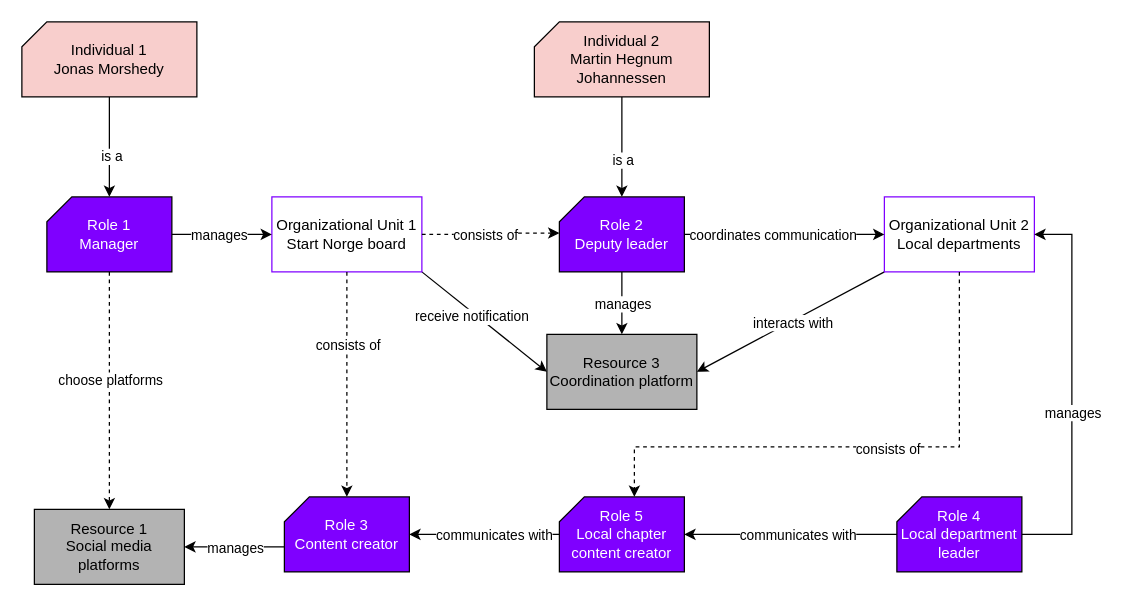
marhjoh/TDT4252-Enterprise-Architecture-for-Enterprise-Innovation keeps this draw.io diagram as page "Redesigned actors and resources model" (11 of 12) of 4EM.drawio. Above is the earlier version. Source tidied: cells renumbered, new cells numbered last; positions are measured from the earlier drawing's top-left corner, leaving out a move shared by most shapes. Both pictures are drawn from the tidied source at 125%, with x=0, y=0 at pixel (21, 21).
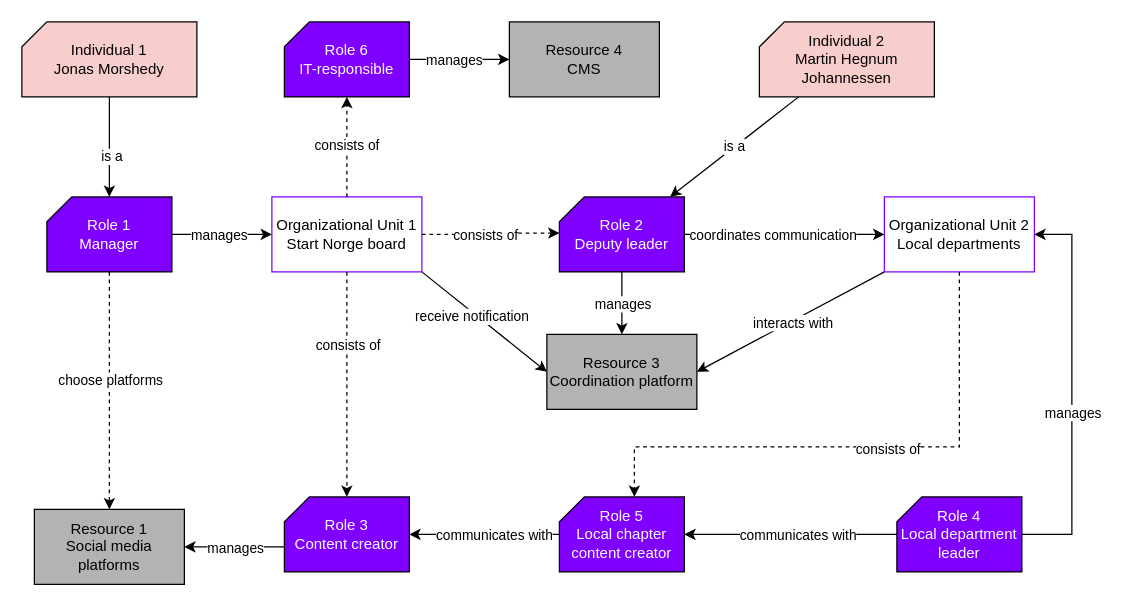
Above is the later version.

The change refers to these unchanged cells:
```xml
<mxCell id="4" value="Organizational Unit 1&lt;div&gt;Start Norge board&lt;/div&gt;" style="rounded=0;whiteSpace=wrap;html=1;strokeColor=#7F00FF;" parent="1" vertex="1">
  <mxGeometry x="200" y="140" width="120" height="60" as="geometry" />
</mxCell>
<mxCell id="20" value="Role 2&lt;div&gt;Deputy leader&lt;/div&gt;" style="verticalLabelPosition=middle;verticalAlign=middle;html=1;shape=card;whiteSpace=wrap;size=20;arcSize=12;align=center;fillColor=#7F00FF;labelPosition=center;fontColor=#FFFFFF;" parent="1" vertex="1">
  <mxGeometry x="430" y="140" width="100" height="60" as="geometry" />
</mxCell>
```

What changed in the source:
```diff
@@
-    <mxCell id="23" style="edgeStyle=orthogonalEdgeStyle;rounded=0;jettySize=auto;html=1;" parent="1" edge="1" source="25" target="20">
+    <mxCell id="23" style="rounded=0;jettySize=auto;html=1;" parent="1" edge="1" source="25" target="20">
       <mxGeometry relative="1" as="geometry" />
     </mxCell>
     <mxCell id="24" value="is a" style="edgeLabel;html=1;align=center;verticalAlign=middle;" parent="23" vertex="1">
       <mxGeometry x="-0.22" y="-1" relative="1" as="geometry">
-        <mxPoint x="1" y="19" as="offset" />
+        <mxPoint x="-11" y="9" as="offset" />
       </mxGeometry>
     </mxCell>
     <mxCell id="25" value="Individual 2&lt;div&gt;Martin Hegnum Johannessen&lt;/div&gt;" style="verticalLabelPosition=middle;verticalAlign=middle;html=1;shape=card;whiteSpace=wrap;size=20;arcSize=12;align=center;fillColor=#F8CECC;labelPosition=center;" parent="1" vertex="1">
-      <mxGeometry x="410" width="140" height="60" as="geometry" />
+      <mxGeometry x="590" width="140" height="60" as="geometry" />
     </mxCell>
@@
+    <mxCell id="44" style="edgeStyle=orthogonalEdgeStyle;rounded=0;jettySize=auto;html=1;entryX=0;entryY=0.5;entryDx=0;entryDy=0;" parent="1" edge="1" source="46" target="49">
+      <mxGeometry relative="1" as="geometry" />
+    </mxCell>
+    <mxCell id="45" value="manages" style="edgeLabel;html=1;align=center;verticalAlign=middle;" parent="44" vertex="1">
+      <mxGeometry x="-0.12" relative="1" as="geometry" />
+    </mxCell>
+    <mxCell id="46" value="Role 6&lt;div&gt;IT-responsible&lt;/div&gt;" style="verticalLabelPosition=middle;verticalAlign=middle;html=1;shape=card;whiteSpace=wrap;size=20;arcSize=12;align=center;fillColor=#7F00FF;labelPosition=center;fontColor=#FFFFFF;" parent="1" vertex="1">
+      <mxGeometry x="210" width="100" height="60" as="geometry" />
+    </mxCell>
+    <mxCell id="47" style="edgeStyle=orthogonalEdgeStyle;rounded=0;jettySize=auto;html=1;entryX=0.5;entryY=1;entryDx=0;entryDy=0;entryPerimeter=0;dashed=1;" parent="1" edge="1" source="4" target="46">
+      <mxGeometry relative="1" as="geometry" />
+    </mxCell>
+    <mxCell id="48" value="consists of" style="edgeLabel;html=1;align=center;verticalAlign=middle;" parent="47" vertex="1">
+      <mxGeometry x="0.04" y="1" relative="1" as="geometry" />
+    </mxCell>
+    <mxCell id="49" value="&lt;div&gt;Resource 4&lt;/div&gt;&lt;div&gt;CMS&lt;/div&gt;" style="rounded=0;whiteSpace=wrap;html=1;strokeColor=#000000;fillColor=#B3B3B3;" parent="1" vertex="1">
+      <mxGeometry x="390" width="120" height="60" as="geometry" />
+    </mxCell>
```
